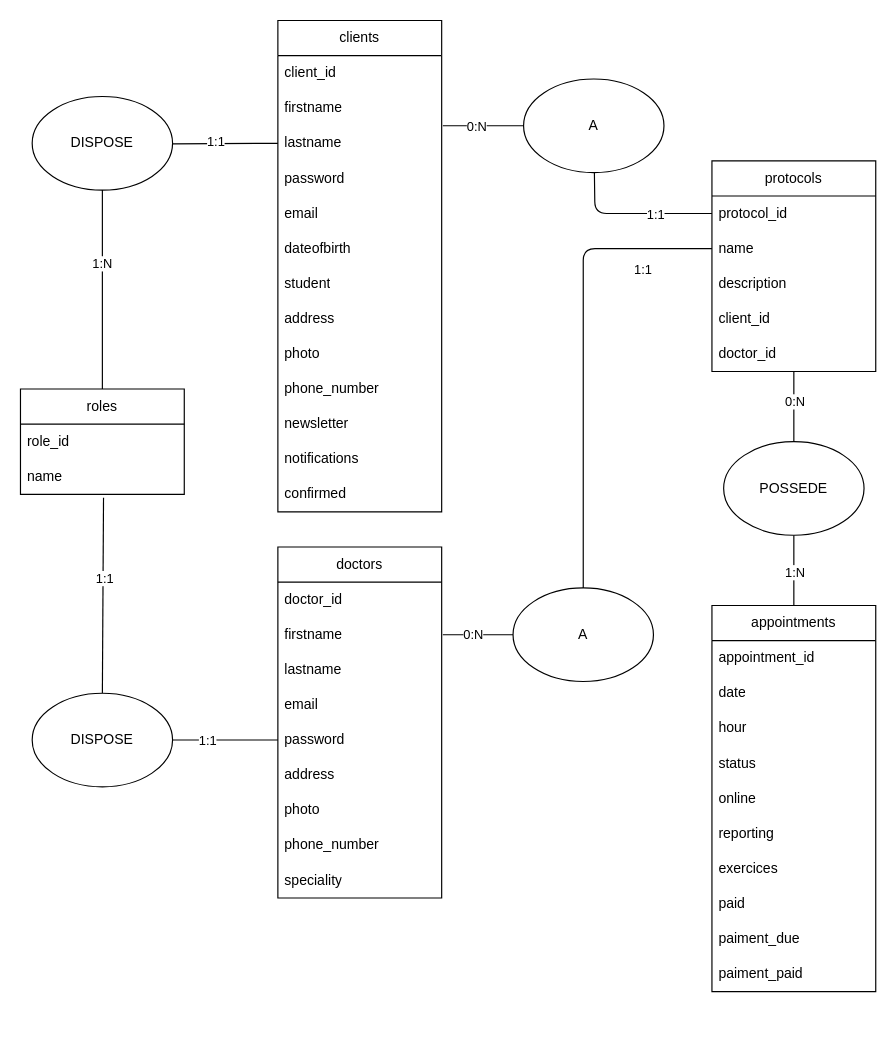
Earlier version of the draw.io diagram app/project_analysis/mcd/mcd.drawio (AlexSearha/KL-sophro-React-Back). Source tidied: cells renumbered, new cells numbered last; positions are measured from the earlier drawing's top-left corner, leaving out a move shared by most shapes. Both pictures are drawn from the tidied source at 117%, with x=0, y=0 at pixel (20, 20).
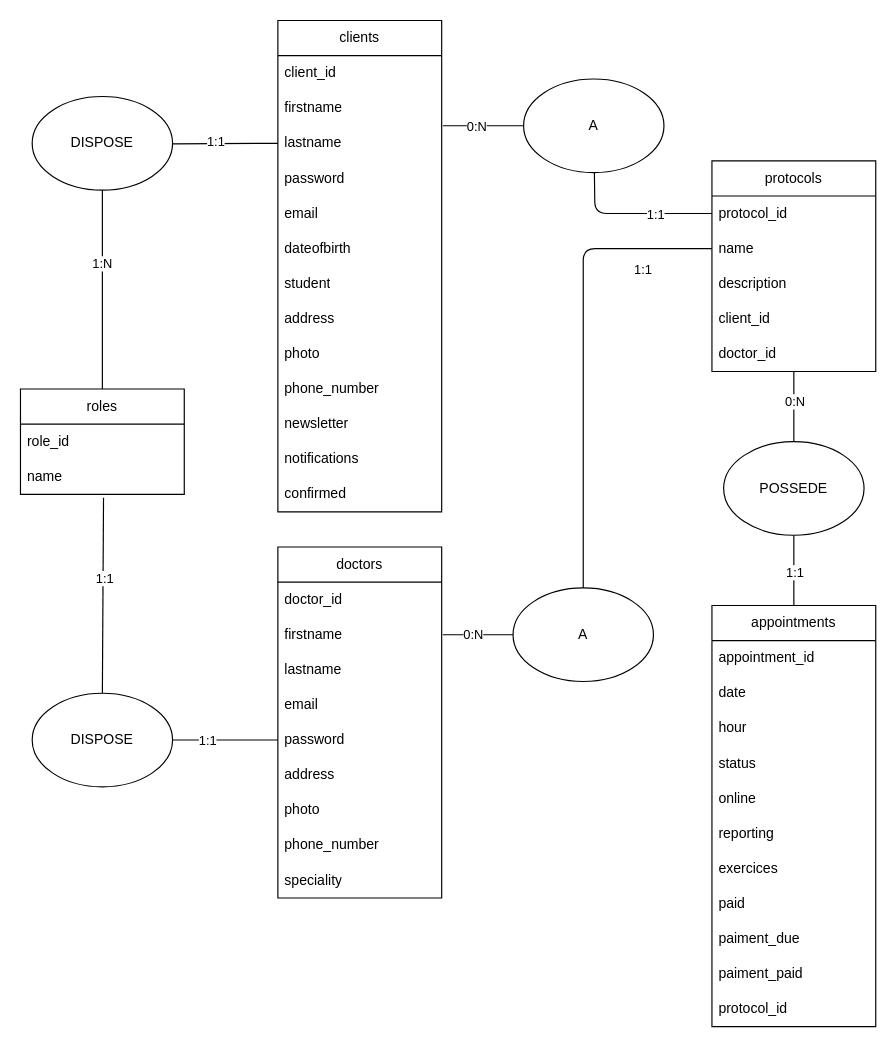
After the change.

Unchanged cells that the change refers to:
```xml
<mxCell id="66" style="edgeStyle=none;html=1;endArrow=none;endFill=0;" parent="1" edge="1" source="70" target="26">
  <mxGeometry relative="1" as="geometry" />
</mxCell>
```

The edit, as a diff of the source:
```diff
@@
     <mxCell id="26" value="appointments" style="swimlane;fontStyle=0;horizontal=1;startSize=30;whiteSpace=wrap;html=1;" parent="1" vertex="1">
-      <mxGeometry x="591" y="500" width="140" height="330" as="geometry" />
+      <mxGeometry x="591" y="500" width="140" height="360" as="geometry" />
     </mxCell>
@@
+    <mxCell id="71" value="paiment_paid" style="text;strokeColor=none;fillColor=none;align=left;verticalAlign=middle;spacingLeft=4;spacingRight=4;overflow=hidden;whiteSpace=wrap;html=1;" parent="26" vertex="1">
+      <mxGeometry y="300" width="140" height="30" as="geometry" />
+    </mxCell>
-    <mxCell id="36" value="paiment_paid" style="text;strokeColor=none;fillColor=none;align=left;verticalAlign=middle;spacingLeft=4;spacingRight=4;overflow=hidden;whiteSpace=wrap;html=1;" parent="26" vertex="1">
-      <mxGeometry y="300" width="140" height="30" as="geometry" />
+    <mxCell id="36" value="protocol_id" style="text;strokeColor=none;fillColor=none;align=left;verticalAlign=middle;spacingLeft=4;spacingRight=4;overflow=hidden;whiteSpace=wrap;html=1;" parent="26" vertex="1">
+      <mxGeometry y="330" width="140" height="30" as="geometry" />
     </mxCell>
@@
-    <mxCell id="67" value="1:N" style="edgeLabel;html=1;align=center;verticalAlign=middle;" parent="66" vertex="1">
+    <mxCell id="67" value="1:1" style="edgeLabel;html=1;align=center;verticalAlign=middle;" parent="66" vertex="1">
       <mxGeometry x="-0.41" y="1" relative="1" as="geometry">
         <mxPoint x="-1" y="13" as="offset" />
       </mxGeometry>
     </mxCell>
```
